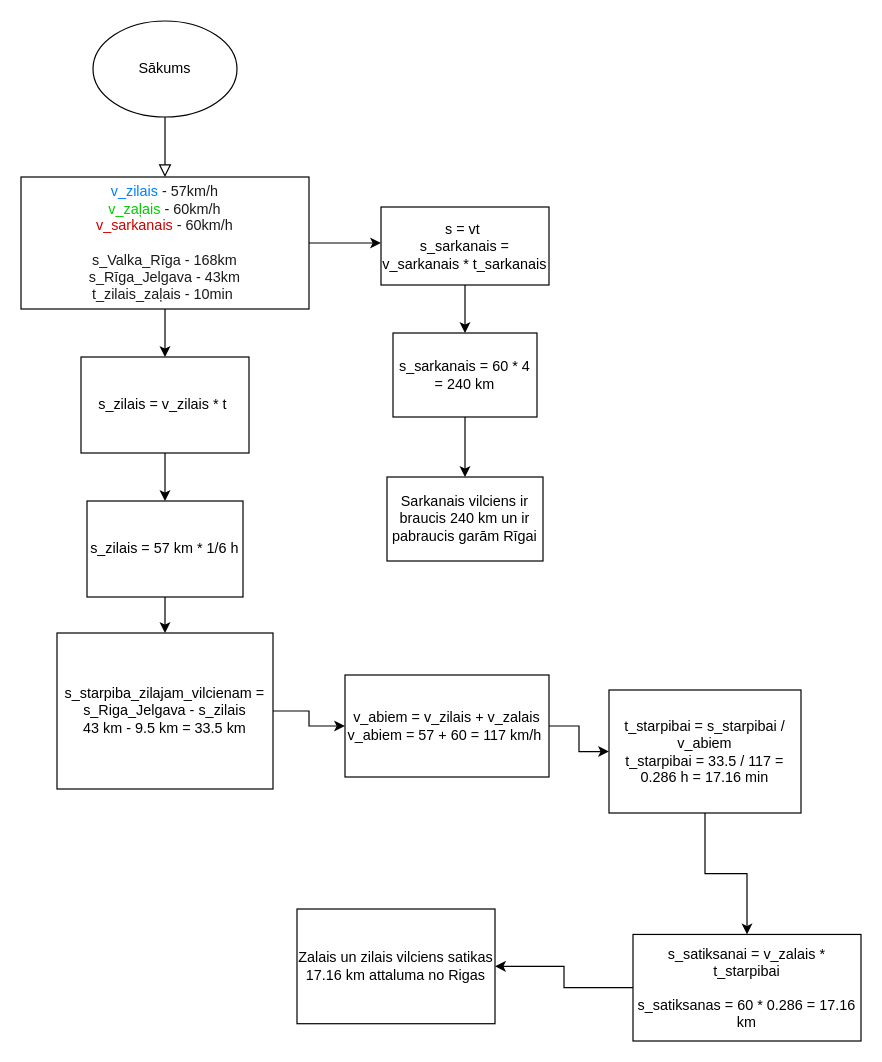
Above: Diagramma bez nosaukuma.drawio in Selgascepums/Skola (draw.io), before the change. Source tidied: cells renumbered, new cells numbered last; positions are measured from the earlier drawing's top-left corner, leaving out a move shared by most shapes. Both pictures are drawn from the tidied source at 120%, with x=0, y=0 at pixel (20, 20).
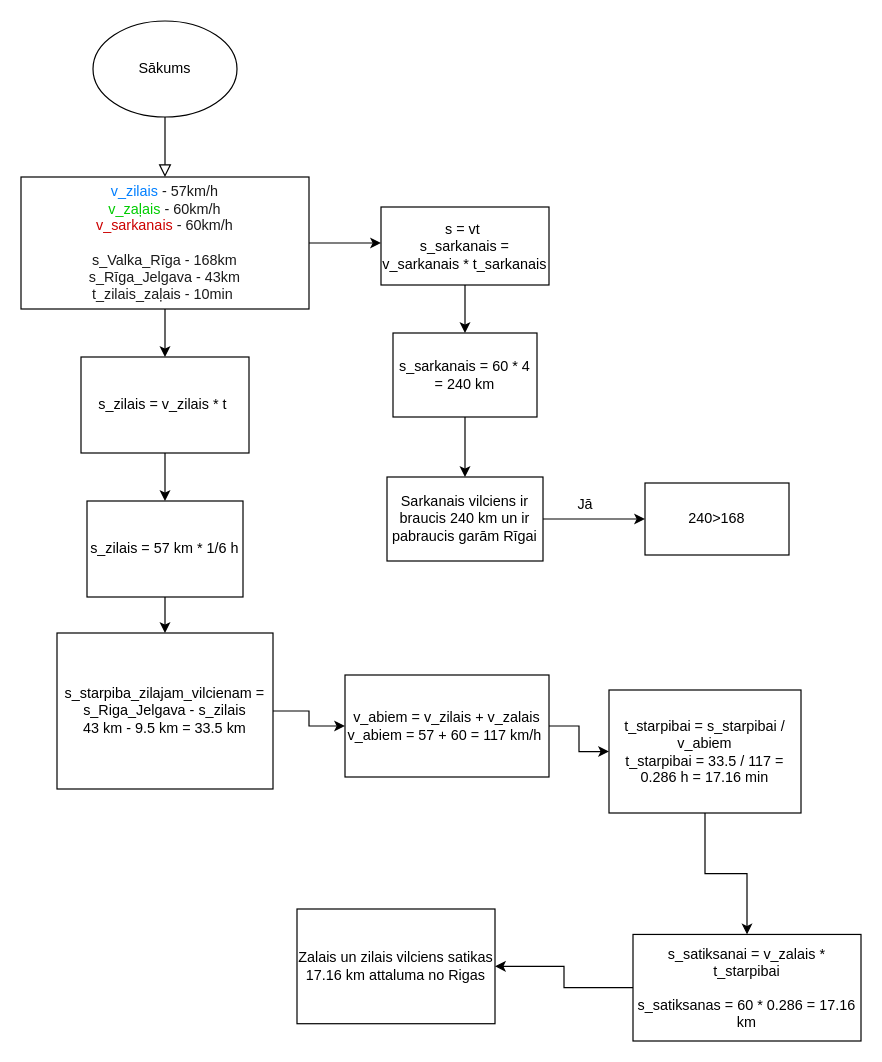
The same diagram, later.

Unchanged cells that the change refers to:
```xml
<mxCell id="10" value="Sarkanais vilciens ir braucis 240 km un ir pabraucis garām Rīgai" style="rounded=0;whiteSpace=wrap;html=1;" parent="1" vertex="1">
  <mxGeometry x="305" y="380" width="130" height="70" as="geometry" />
</mxCell>
```

What changed in the source:
```diff
@@
+    <mxCell id="25" style="edgeStyle=orthogonalEdgeStyle;rounded=0;jettySize=auto;html=1;" parent="1" edge="1" source="10" target="26">
+      <mxGeometry relative="1" as="geometry" />
+    </mxCell>
@@
+    <mxCell id="26" value="240&amp;gt;168" style="whiteSpace=wrap;html=1;rounded=0;" parent="1" vertex="1">
+      <mxGeometry x="520" y="385" width="120" height="60" as="geometry" />
+    </mxCell>
+    <mxCell id="27" value="Jā" style="text;html=1;align=center;verticalAlign=middle;strokeColor=none;fillColor=none;" parent="1" vertex="1">
+      <mxGeometry x="450" y="388" width="40" height="30" as="geometry" />
+    </mxCell>
```
